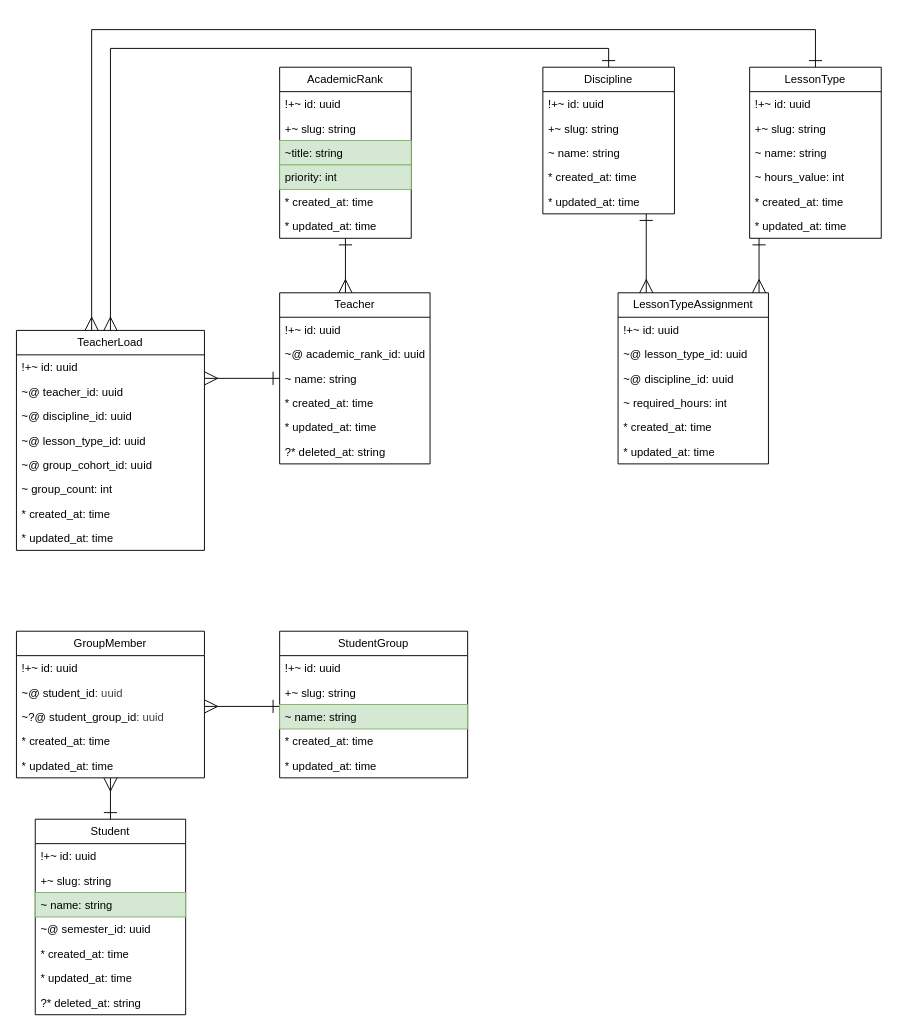
The draw.io diagram page "Schedule" (5 of 9) of docs/entity_relationship.drawio in IrusHunter/duckademic, before the edit. Source tidied: cells renumbered, new cells numbered last; positions are measured from the earlier drawing's top-left corner, leaving out a move shared by most shapes. Both pictures are drawn from the tidied source at 94%, with x=0, y=0 at pixel (16, 29).
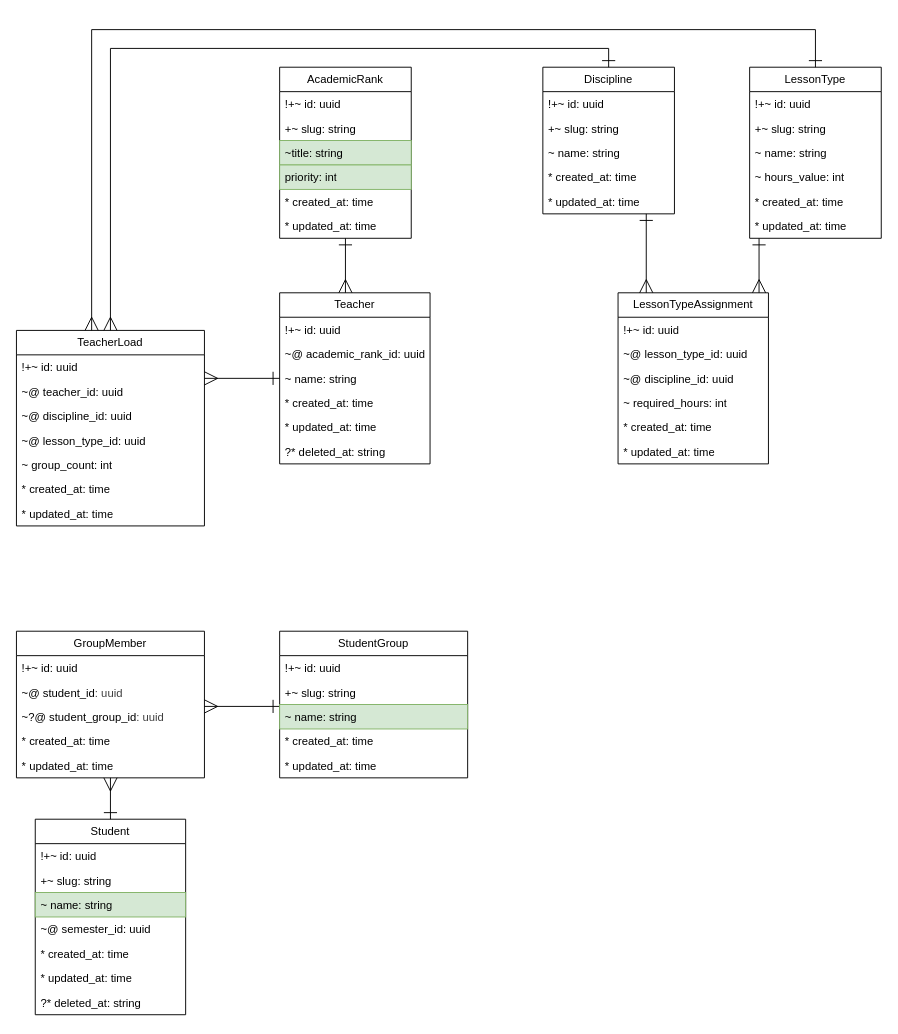
Above is the later version.

Change to the diagram source:
```diff
@@
     <mxCell id="61" value="TeacherLoad" style="swimlane;fontStyle=0;horizontal=1;startSize=26;fillColor=none;whiteSpace=wrap;html=1;" parent="1" vertex="1">
-      <mxGeometry y="320" width="200" height="234" as="geometry" />
+      <mxGeometry y="320" width="200" height="208" as="geometry" />
     </mxCell>
@@
-    <mxCell id="66" value="~@ group_cohort_id: uuid" style="text;strokeColor=none;fillColor=none;align=left;verticalAlign=top;spacingLeft=4;spacingRight=4;overflow=hidden;whiteSpace=wrap;html=1;" parent="61" vertex="1">
-      <mxGeometry y="130" width="200" height="26" as="geometry" />
-    </mxCell>
     <mxCell id="67" value="~ group_count: int" style="text;align=left;verticalAlign=top;spacingLeft=4;spacingRight=4;overflow=hidden;whiteSpace=wrap;html=1;" parent="61" vertex="1">
-      <mxGeometry y="156" width="200" height="26" as="geometry" />
+      <mxGeometry y="130" width="200" height="26" as="geometry" />
     </mxCell>
     <mxCell id="68" value="* created_at: time" style="text;strokeColor=none;fillColor=none;align=left;verticalAlign=top;spacingLeft=4;spacingRight=4;overflow=hidden;whiteSpace=wrap;html=1;" parent="61" vertex="1">
-      <mxGeometry y="182" width="200" height="26" as="geometry" />
+      <mxGeometry y="156" width="200" height="26" as="geometry" />
     </mxCell>
     <mxCell id="69" value="* updated_at: time" style="text;strokeColor=none;fillColor=none;align=left;verticalAlign=top;spacingLeft=4;spacingRight=4;overflow=hidden;whiteSpace=wrap;html=1;" parent="61" vertex="1">
-      <mxGeometry y="208" width="200" height="26" as="geometry" />
+      <mxGeometry y="182" width="200" height="26" as="geometry" />
     </mxCell>
```
